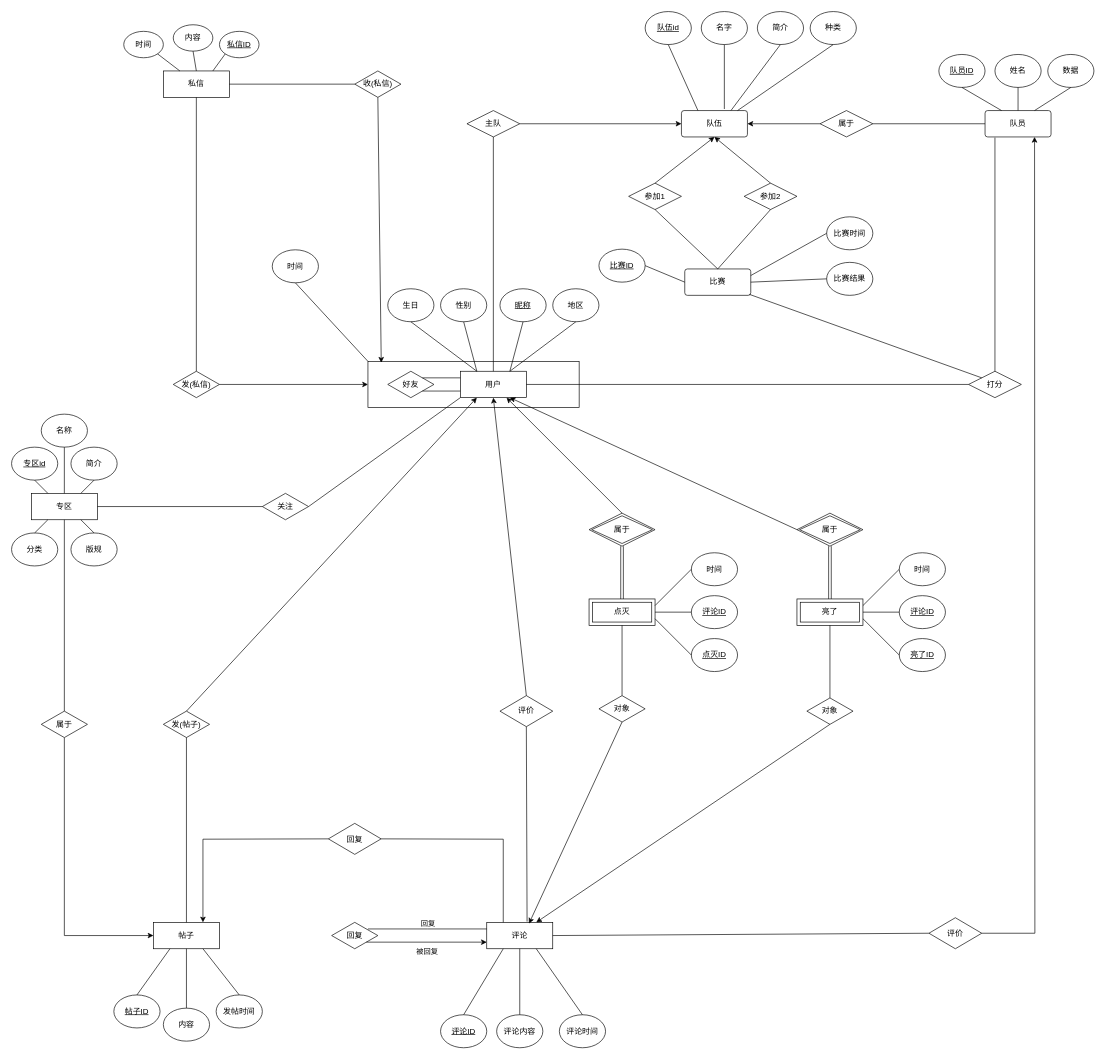
Before: 虎扑ER.drawio in ssssszj/Drawio, a draw.io diagram. Source tidied: cells renumbered, new cells numbered last; positions are measured from the earlier drawing's top-left corner, leaving out a move shared by most shapes. Both pictures are drawn from the tidied source at 66%, with x=0, y=0 at pixel (11, 11).
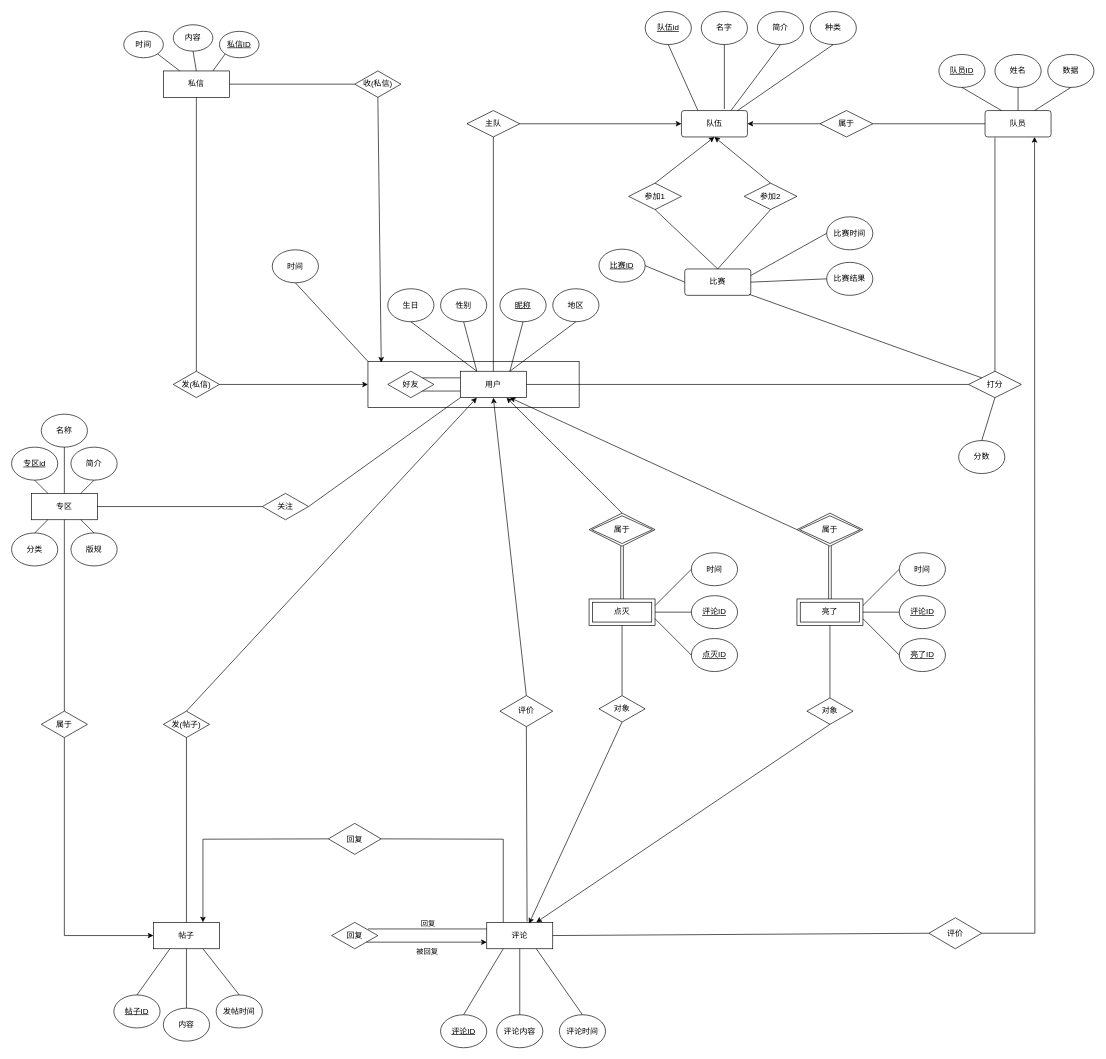
The same diagram, later.

The change refers to these unchanged cells:
```xml
<mxCell id="53" value="打分" style="rhombus;whiteSpace=wrap;html=1;" parent="1" vertex="1">
  <mxGeometry x="1450" y="545" width="80" height="40" as="geometry" />
</mxCell>
```

Change to the diagram source:
```diff
@@
+    <mxCell id="145" value="分数" style="ellipse;whiteSpace=wrap;html=1;" parent="1" vertex="1">
+      <mxGeometry x="1435" y="650" width="70" height="50" as="geometry" />
+    </mxCell>
+    <mxCell id="146" style="endArrow=none;html=1;rounded=0;entryX=0.5;entryY=0;entryDx=0;entryDy=0;exitX=0.5;exitY=1;exitDx=0;exitDy=0;" parent="1" edge="1" source="53" target="145">
+      <mxGeometry relative="1" as="geometry" />
+    </mxCell>
```
